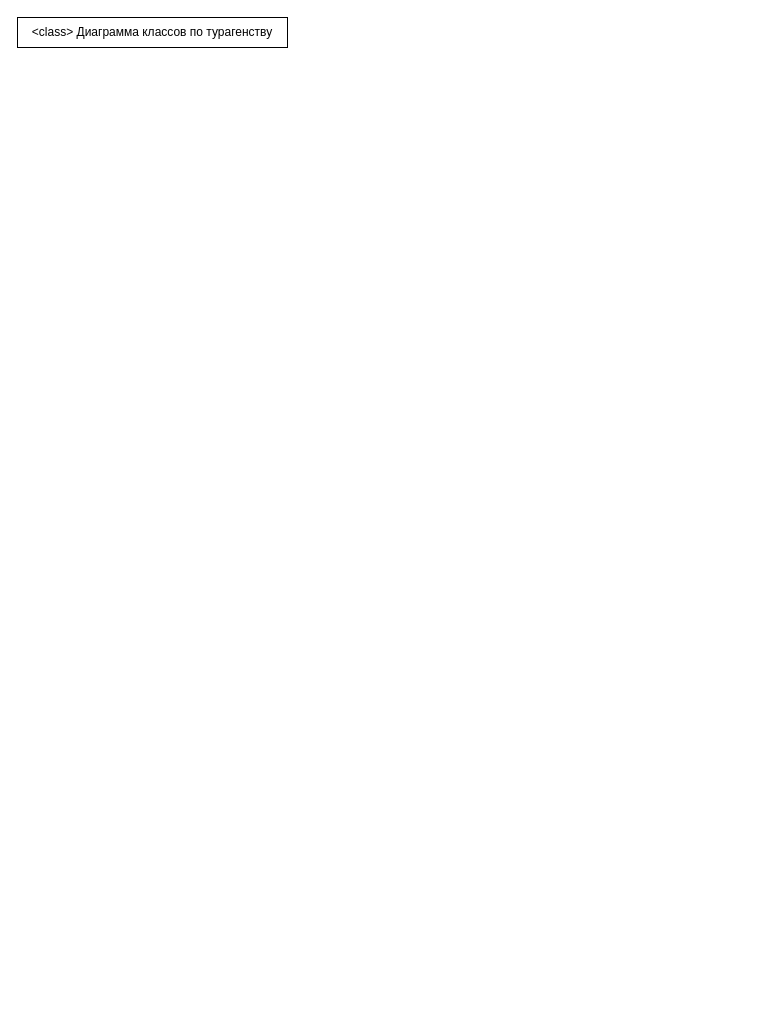
Above: Untitled Diagram.drawio in f0rsunka/UML (draw.io), before the change. Source tidied: cells renumbered, new cells numbered last; positions are measured from the earlier drawing's top-left corner, leaving out a move shared by most shapes. Both pictures are drawn from the tidied source at 100%, with x=0, y=0 at pixel (17, 17).
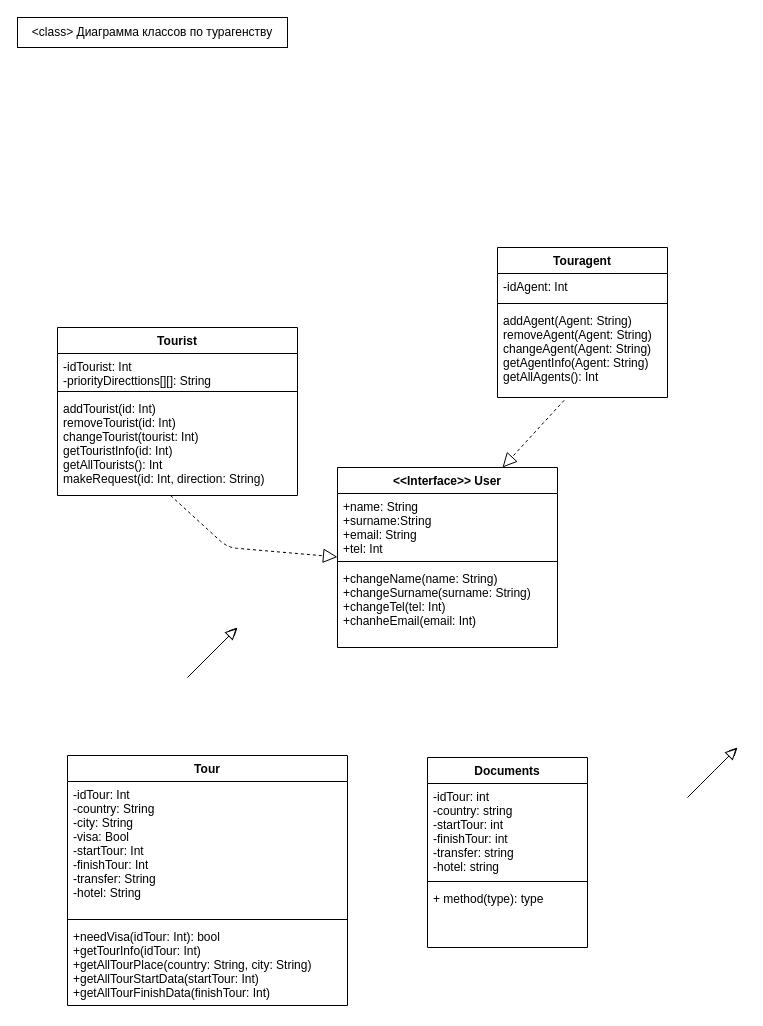
Above is the later version.

What changed in the source:
```diff
@@
+    <mxCell id="3" value="&lt;&lt;Interface&gt;&gt; User&#10;" style="swimlane;fontStyle=1;align=center;verticalAlign=top;horizontal=1;startSize=26;" parent="1" vertex="1">
+      <mxGeometry x="320" y="450" width="220" height="180" as="geometry" />
+    </mxCell>
+    <mxCell id="4" value="+name: String&#10;+surname:String&#10;+email: String&#10;+tel: Int" style="text;strokeColor=none;fillColor=none;align=left;verticalAlign=top;spacingLeft=4;spacingRight=4;overflow=hidden;" parent="3" vertex="1">
+      <mxGeometry y="26" width="220" height="64" as="geometry" />
+    </mxCell>
+    <mxCell id="5" style="line;strokeWidth=1;fillColor=none;align=left;verticalAlign=middle;spacingTop=-1;spacingLeft=3;spacingRight=3;labelPosition=right;" parent="3" vertex="1">
+      <mxGeometry y="90" width="220" height="8" as="geometry" />
+    </mxCell>
+    <mxCell id="6" value="+changeName(name: String)&#10;+changeSurname(surname: String)&#10;+changeTel(tel: Int)&#10;+chanheEmail(email: Int)" style="text;strokeColor=none;fillColor=none;align=left;verticalAlign=top;spacingLeft=4;spacingRight=4;overflow=hidden;" parent="3" vertex="1">
+      <mxGeometry y="98" width="220" height="82" as="geometry" />
+    </mxCell>
+    <mxCell id="7" value="Tourist" style="swimlane;fontStyle=1;align=center;verticalAlign=top;horizontal=1;startSize=26;" parent="1" vertex="1">
+      <mxGeometry x="40" y="310" width="240" height="168" as="geometry" />
+    </mxCell>
+    <mxCell id="8" value="-idTourist: Int&#10;-priorityDirecttions[][]: String&#10;" style="text;strokeColor=none;fillColor=none;align=left;verticalAlign=top;spacingLeft=4;spacingRight=4;overflow=hidden;" parent="7" vertex="1">
+      <mxGeometry y="26" width="240" height="34" as="geometry" />
+    </mxCell>
+    <mxCell id="9" style="line;strokeWidth=1;fillColor=none;align=left;verticalAlign=middle;spacingTop=-1;spacingLeft=3;spacingRight=3;labelPosition=right;" parent="7" vertex="1">
+      <mxGeometry y="60" width="240" height="8" as="geometry" />
+    </mxCell>
+    <mxCell id="10" value="addTourist(id: Int)&#10;removeTourist(id: Int)&#10;changeTourist(tourist: Int)&#10;getTouristInfo(id: Int)&#10;getAllTourists(): Int&#10;makeRequest(id: Int, direction: String)&#10;&#10;" style="text;strokeColor=none;fillColor=none;align=left;verticalAlign=top;spacingLeft=4;spacingRight=4;overflow=hidden;points=[[0,0.5],[1,0.5]];portConstraint=eastwest;" parent="7" vertex="1">
+      <mxGeometry y="68" width="240" height="100" as="geometry" />
+    </mxCell>
+    <mxCell id="11" style="endArrow=block;dashed=1;endFill=0;endSize=12;html=1;exitX=0.471;exitY=1;exitDx=0;exitDy=0;exitPerimeter=0;" parent="1" edge="1" source="10">
+      <mxGeometry relative="1" as="geometry">
+        <mxPoint x="320" y="539.5" as="targetPoint" />
+        <Array as="points">
+          <mxPoint x="210" y="530" />
+        </Array>
+      </mxGeometry>
+    </mxCell>
+    <mxCell id="12" value="Touragent" style="swimlane;fontStyle=1;align=center;verticalAlign=top;horizontal=1;startSize=26;" parent="1" vertex="1">
+      <mxGeometry x="480" y="230" width="170" height="150" as="geometry" />
+    </mxCell>
+    <mxCell id="13" value="-idAgent: Int&#10;" style="text;strokeColor=none;fillColor=none;align=left;verticalAlign=top;spacingLeft=4;spacingRight=4;overflow=hidden;" parent="12" vertex="1">
+      <mxGeometry y="26" width="170" height="26" as="geometry" />
+    </mxCell>
+    <mxCell id="14" style="line;strokeWidth=1;fillColor=none;align=left;verticalAlign=middle;spacingTop=-1;spacingLeft=3;spacingRight=3;labelPosition=right;" parent="12" vertex="1">
+      <mxGeometry y="52" width="170" height="8" as="geometry" />
+    </mxCell>
+    <mxCell id="15" value="addAgent(Agent: String)&#10;removeAgent(Agent: String)&#10;changeAgent(Agent: String)&#10;getAgentInfo(Agent: String)&#10;getAllAgents(): Int" style="text;strokeColor=none;fillColor=none;align=left;verticalAlign=top;spacingLeft=4;spacingRight=4;overflow=hidden;points=[[0,0.5],[1,0.5]];portConstraint=eastwest;" parent="12" vertex="1">
+      <mxGeometry y="60" width="170" height="90" as="geometry" />
+    </mxCell>
+    <mxCell id="16" style="endArrow=block;dashed=1;endFill=0;endSize=12;html=1;exitX=0.392;exitY=1.031;exitDx=0;exitDy=0;exitPerimeter=0;entryX=0.75;entryY=0;entryDx=0;entryDy=0;" parent="1" edge="1" source="15" target="3">
+      <mxGeometry relative="1" as="geometry" />
+    </mxCell>
+    <mxCell id="17" value="Tour" style="swimlane;fontStyle=1;align=center;verticalAlign=top;horizontal=1;startSize=26;" parent="1" vertex="1">
+      <mxGeometry x="50" y="738" width="280" height="250" as="geometry" />
+    </mxCell>
+    <mxCell id="18" value="-idTour: Int&#10;-country: String&#10;-city: String&#10;-visa: Bool&#10;-startTour: Int&#10;-finishTour: Int&#10;-transfer: String&#10;-hotel: String&#10;&#10;" style="text;strokeColor=none;fillColor=none;align=left;verticalAlign=top;spacingLeft=4;spacingRight=4;overflow=hidden;" parent="17" vertex="1">
+      <mxGeometry y="26" width="280" height="134" as="geometry" />
+    </mxCell>
+    <mxCell id="19" style="line;strokeWidth=1;fillColor=none;align=left;verticalAlign=middle;spacingTop=-1;spacingLeft=3;spacingRight=3;labelPosition=right;" parent="17" vertex="1">
+      <mxGeometry y="160" width="280" height="8" as="geometry" />
+    </mxCell>
+    <mxCell id="20" value="+needVisa(idTour: Int): bool&#10;+getTourInfo(idTour: Int)&#10;+getAllTourPlace(country: String, city: String)&#10;+getAllTourStartData(startTour: Int)&#10;+getAllTourFinishData(finishTour: Int)" style="text;strokeColor=none;fillColor=none;align=left;verticalAlign=top;spacingLeft=4;spacingRight=4;overflow=hidden;" parent="17" vertex="1">
+      <mxGeometry y="168" width="280" height="82" as="geometry" />
+    </mxCell>
+    <mxCell id="21" style="endArrow=classic;html=1;" parent="1" edge="1">
+      <mxGeometry relative="1" as="geometry">
+        <mxPoint x="670" y="780" as="sourcePoint" />
+        <mxPoint x="720" y="730" as="targetPoint" />
+        <Array as="points">
+          <mxPoint x="690" y="760" />
+        </Array>
+      </mxGeometry>
+    </mxCell>
+    <mxCell id="22" style="triangle;whiteSpace=wrap;html=1;rotation=-45;" parent="1" vertex="1">
+      <mxGeometry x="710" y="730" width="10" height="10" as="geometry" />
+    </mxCell>
+    <mxCell id="23" style="endArrow=classic;html=1;" parent="1" edge="1">
+      <mxGeometry relative="1" as="geometry">
+        <mxPoint x="170" y="660" as="sourcePoint" />
+        <mxPoint x="220" y="610" as="targetPoint" />
+      </mxGeometry>
+    </mxCell>
+    <mxCell id="24" style="triangle;whiteSpace=wrap;html=1;rotation=-45;" parent="1" vertex="1">
+      <mxGeometry x="210" y="610" width="10" height="10" as="geometry" />
+    </mxCell>
+    <mxCell id="25" value="Documents" style="swimlane;fontStyle=1;align=center;verticalAlign=top;horizontal=1;startSize=26;" parent="1" vertex="1">
+      <mxGeometry x="410" y="740" width="160" height="190" as="geometry" />
+    </mxCell>
+    <mxCell id="26" value="-idTour: int&#10;-country: string&#10;-startTour: int&#10;-finishTour: int&#10;-transfer: string&#10;-hotel: string&#10;" style="text;strokeColor=none;fillColor=none;align=left;verticalAlign=top;spacingLeft=4;spacingRight=4;overflow=hidden;" parent="25" vertex="1">
+      <mxGeometry y="26" width="160" height="94" as="geometry" />
+    </mxCell>
+    <mxCell id="27" style="line;strokeWidth=1;fillColor=none;align=left;verticalAlign=middle;spacingTop=-1;spacingLeft=3;spacingRight=3;labelPosition=right;" parent="25" vertex="1">
+      <mxGeometry y="120" width="160" height="8" as="geometry" />
+    </mxCell>
+    <mxCell id="28" value="+ method(type): type" style="text;strokeColor=none;fillColor=none;align=left;verticalAlign=top;spacingLeft=4;spacingRight=4;overflow=hidden;" parent="25" vertex="1">
+      <mxGeometry y="128" width="160" height="62" as="geometry" />
+    </mxCell>
```
